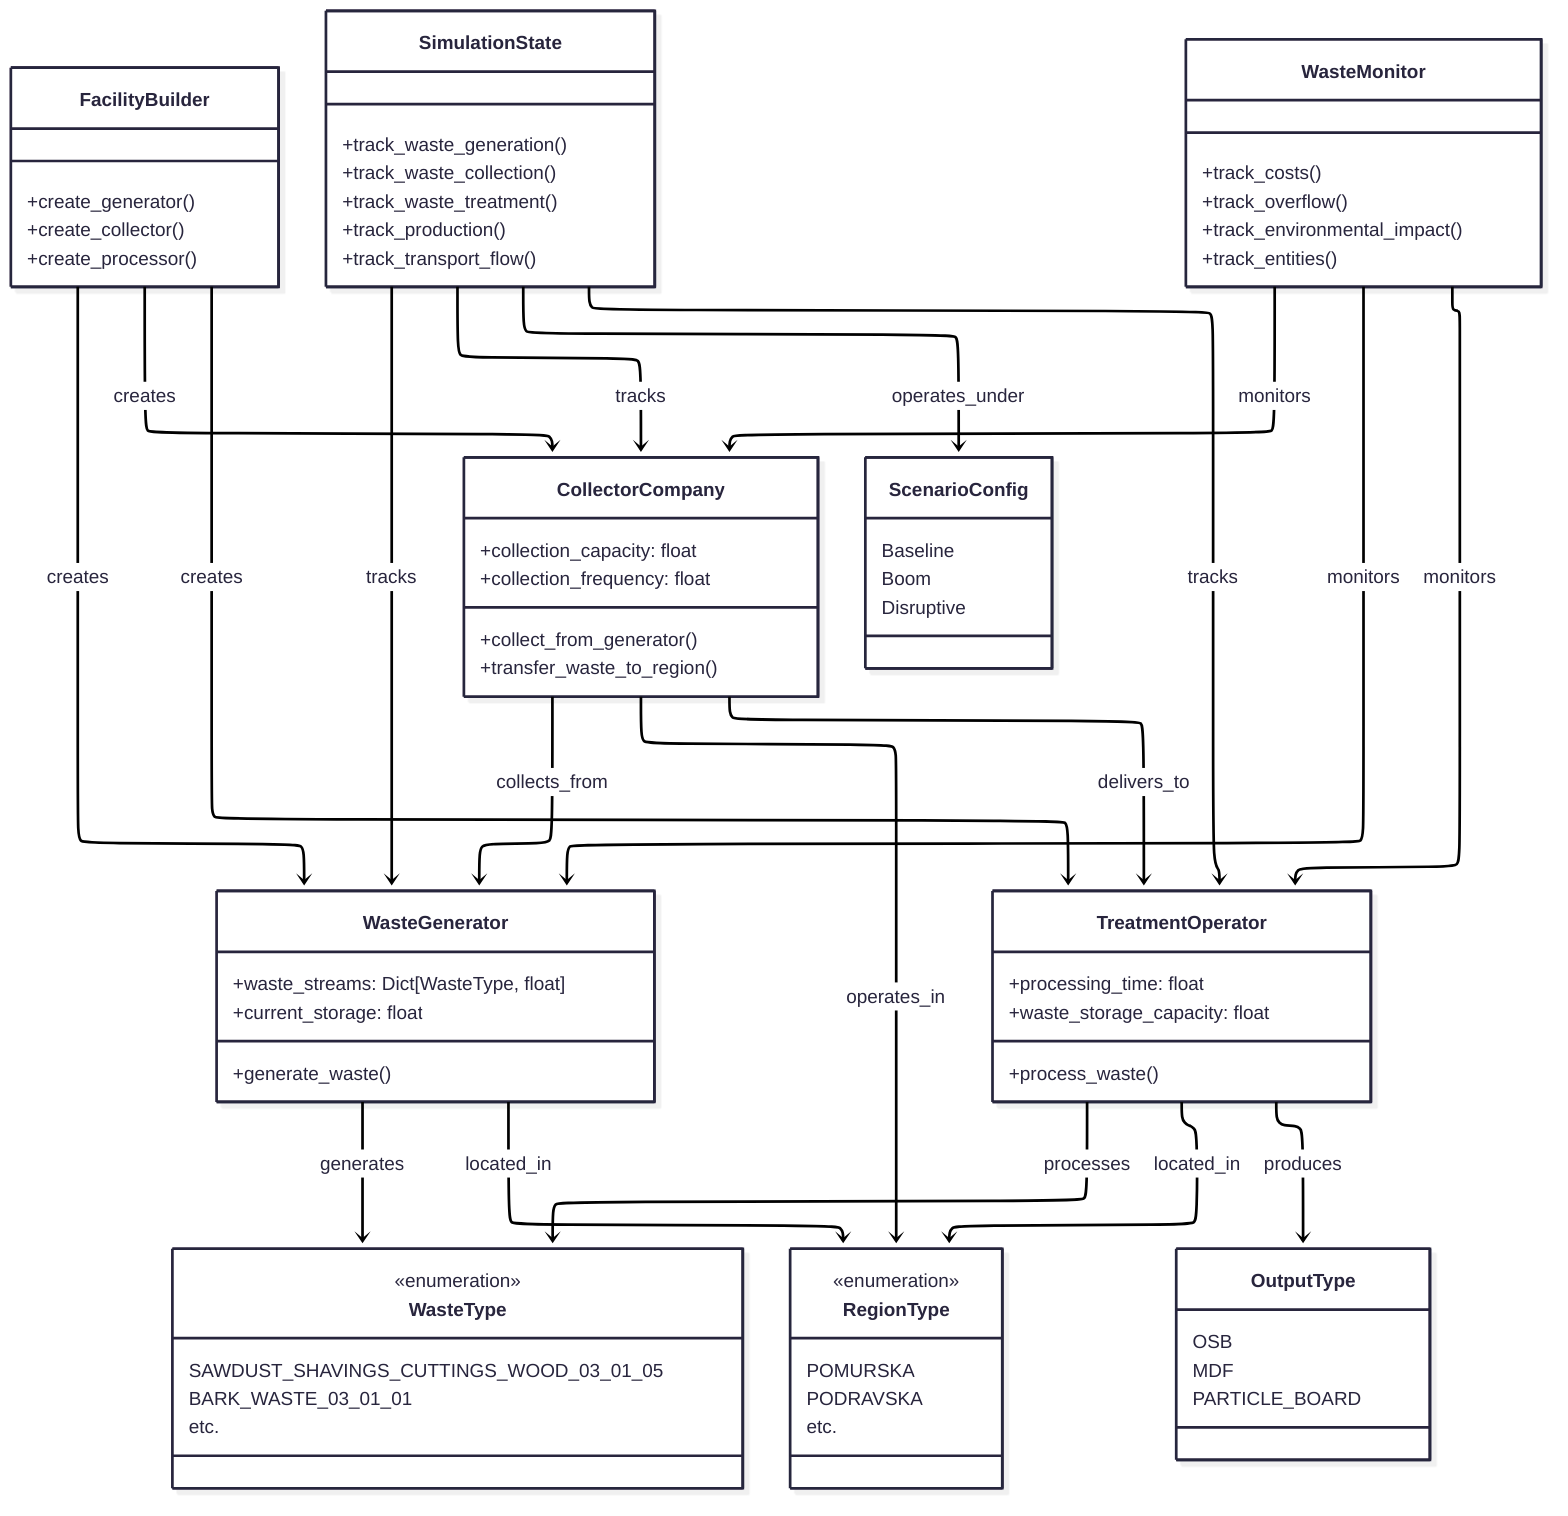
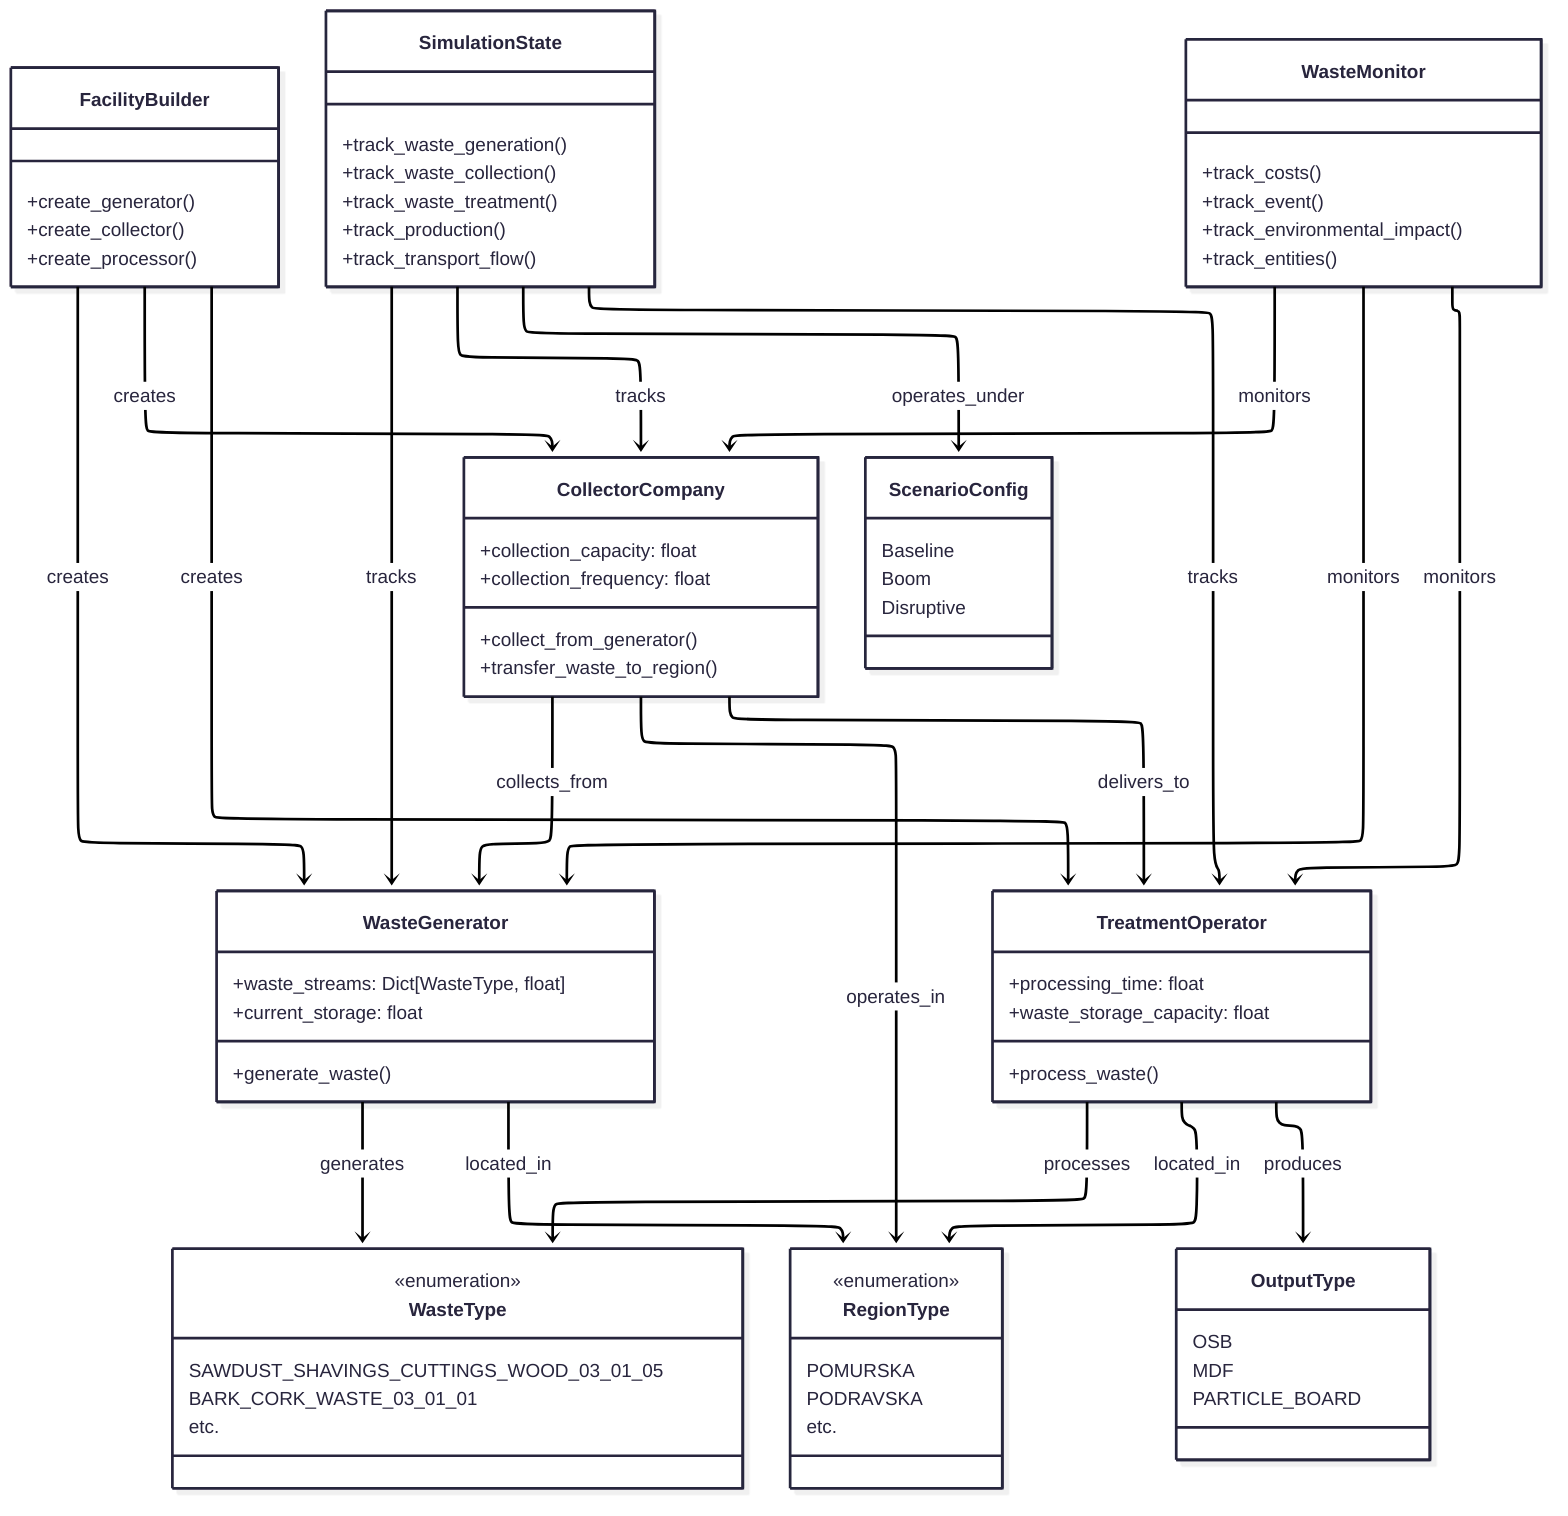
---
config:
  theme: redux
  look: neo
  layout: elk
---
classDiagram
direction TB
    class FacilityBuilder {
	    +create_generator()
	    +create_collector()
	    +create_processor()
    }
    class WasteGenerator {
	    +waste_streams: Dict[WasteType, float]
	    +current_storage: float
	    +generate_waste()
    }
    class CollectorCompany {
	    +collection_capacity: float
	    +collection_frequency: float
	    +collect_from_generator()
	    +transfer_waste_to_region()
    }
    class TreatmentOperator {
	    +processing_time: float
	    +waste_storage_capacity: float
	    +process_waste()
    }
    class WasteType {
	    SAWDUST_SHAVINGS_CUTTINGS_WOOD_03_01_05
- 	    BARK_WASTE_03_01_01
+ 	    BARK_CORK_WASTE_03_01_01
	    etc.
    }
    class RegionType {
	    POMURSKA
	    PODRAVSKA
	    etc.
    }
    class OutputType {
	    OSB
	    MDF
	    PARTICLE_BOARD
    }
    class SimulationState {
	    +track_waste_generation()
	    +track_waste_collection()
-         +track_waste_treatment()
-         +track_production()
+       +track_waste_treatment()
+       +track_production()
	    +track_transport_flow()
    }
    class WasteMonitor {
-         +track_costs()
- 	    +track_overflow()
-         +track_environmental_impact()
+       +track_costs()
+ 	    +track_event()
+       +track_environmental_impact()
	    +track_entities()
    }
    class ScenarioConfig {
	    Baseline
	    Boom
	    Disruptive
    }

	<<enumeration>> WasteType
	<<enumeration>> RegionType

    FacilityBuilder --> WasteGenerator : creates
    FacilityBuilder --> CollectorCompany : creates
    FacilityBuilder --> TreatmentOperator : creates
    WasteGenerator --> WasteType : generates
    WasteGenerator --> RegionType : located_in
    CollectorCompany --> WasteGenerator : collects_from
    CollectorCompany --> TreatmentOperator : delivers_to
    CollectorCompany --> RegionType : operates_in
    TreatmentOperator --> WasteType : processes
    TreatmentOperator --> OutputType : produces
    TreatmentOperator --> RegionType : located_in
    SimulationState --> WasteGenerator : tracks
    SimulationState --> CollectorCompany : tracks
    SimulationState --> TreatmentOperator : tracks
    SimulationState --> ScenarioConfig : operates_under
    WasteMonitor --> WasteGenerator : monitors
    WasteMonitor --> CollectorCompany : monitors
    WasteMonitor --> TreatmentOperator : monitors
